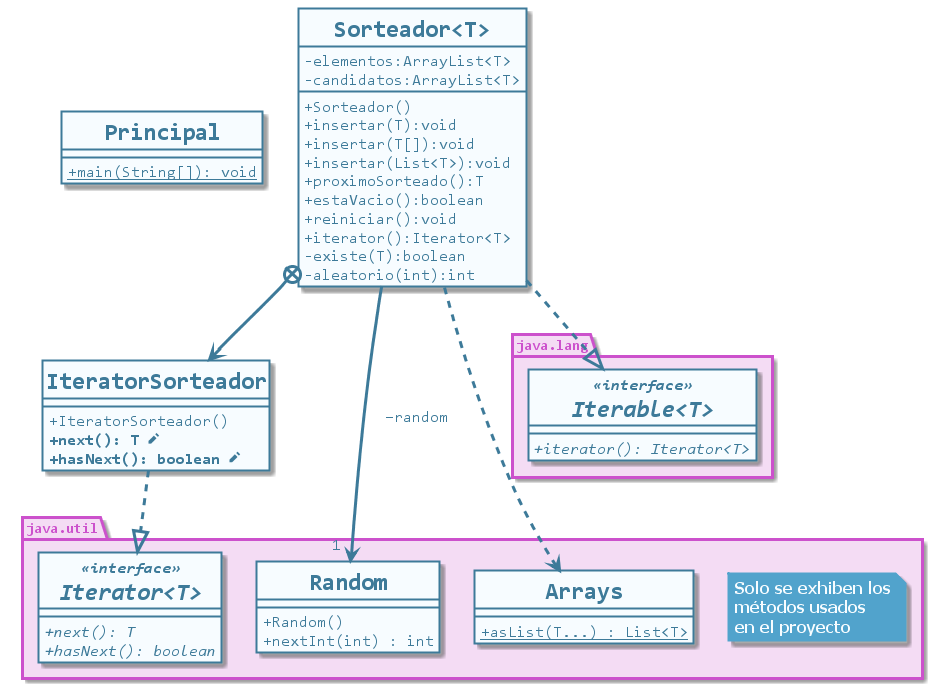
Before: src/ejemploiterable/uml/clases-iterable-iterator-java.png, a diagram exported from PlantUML (CharlyCimino/iterable-iterator-java).
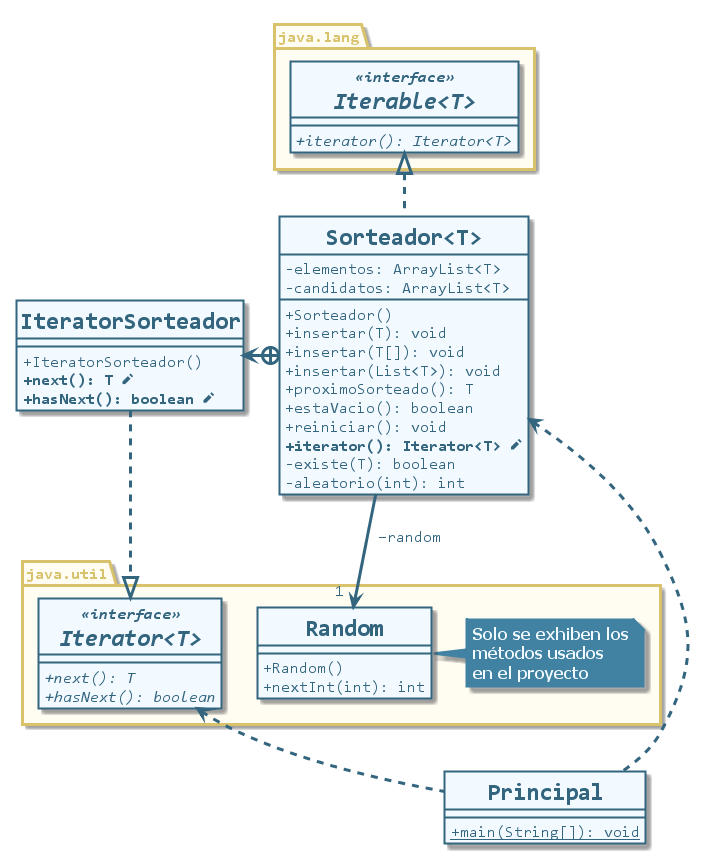
The same diagram one commit later.

Commit message:
Actualizado UML

What changed in the source:
```diff
@@ -1,47 +1,47 @@
 @startuml clases-iterable-iterator-java
-
 skinparam BackgroundColor transparent
 skinparam DefaultFontName Consolas
 skinparam genericDisplay old
 
 skinparam class {
-    BackgroundColor #f7fcff
-    BorderColor #3d7a99
-    FontColor #3d7a99
+    BackgroundColor #f2faff
+    BorderColor #33657f
+    FontColor #33657f
     FontStyle Bold
     FontSize 24
     BorderThickness 2
     AttributeIconSize 0
-    AttributeFontColor #3d7a99
+    AttributeFontColor #33657f
     AttributeFontSize 16
     AttributeFontStyle Regular
-    StereotypeFontColor #3d7a99
+    StereotypeFontColor #33657f
     StereotypeFontSize 16
     StereotypeFontStyle Italic Bold
 }
 
 skinparam package {
-    BackgroundColor #f4dcf4
-    BorderColor #cc51cc
-    FontColor #cc51cc
+    BackgroundColor #fffcf2
+    BorderColor #d8c36c
+    FontColor #d8c36c
     FontStyle Bold
+	FontSize 16
     BorderThickness 3
 }
 
 skinparam note {
-    BackgroundColor #51a3cc
-    BorderColor #51a3cc
+    BackgroundColor #4182a3
+    BorderColor #4182a3
     BorderThickness 2
-    FontColor #f7fcff
+    FontColor #f2faff
     FontName Tahoma
     FontSize 16
     FontStyle Bold
 }
 
 skinparam arrow {
-    Color #3d7a99
+    Color #33657f
     Thickness 3
-    FontColor #3d7a99
+    FontColor #33657f
     FontSize 16
 }
 
@@ -51,18 +51,18 @@
 }
 
 class Sorteador<T> {
-    -elementos:ArrayList<T>
-    -candidatos:ArrayList<T>
+    -elementos: ArrayList<T>
+    -candidatos: ArrayList<T>
     +Sorteador()
-    +insertar(T):void
-    +insertar(T[]):void
-    +insertar(List<T>):void
-    +proximoSorteado():T
-    +estaVacio():boolean
-    +reiniciar():void
-    +iterator():Iterator<T>
-    -existe(T):boolean
-    -aleatorio(int):int
+    +insertar(T): void
+    +insertar(T[]): void
+    +insertar(List<T>): void
+    +proximoSorteado(): T
+    +estaVacio(): boolean
+    +reiniciar(): void
+    **+iterator(): Iterator<T> <&pencil>**
+    -existe(T): boolean
+    -aleatorio(int): int
 }
 
 class IteratorSorteador {
@@ -75,26 +75,25 @@
     note "Solo se exhiben los\nmétodos usados\nen el proyecto" as n1
     class Random {
         + Random()
-        + nextInt(int) : int
-    }
-    class Arrays {
-        {static} +asList(T...) : List<T>
+        + nextInt(int): int
     }
     interface Iterator<T> <<interface>> {
-        {abstract} + next(): T
-        {abstract} + hasNext(): boolean
+        {abstract} +next(): T
+        {abstract} +hasNext(): boolean
     }
 }
 
 package java.lang {
     interface Iterable<T> <<interface>> {
-        {abstract} + iterator(): Iterator<T>
+        {abstract} +iterator(): Iterator<T>
     }
 }
 
-Sorteador ..|> Iterable
-IteratorSorteador ..|> Iterator
-Sorteador +-down-> IteratorSorteador
+Sorteador .up.|> Iterable
+IteratorSorteador .down.|> Iterator
+Sorteador +-left-> IteratorSorteador
 Sorteador --> "1 " Random: " −random"
-Sorteador ..> Arrays
+Principal .up.> Sorteador
+Principal .up.> Iterator
+Random -right- n1
 @enduml
```
